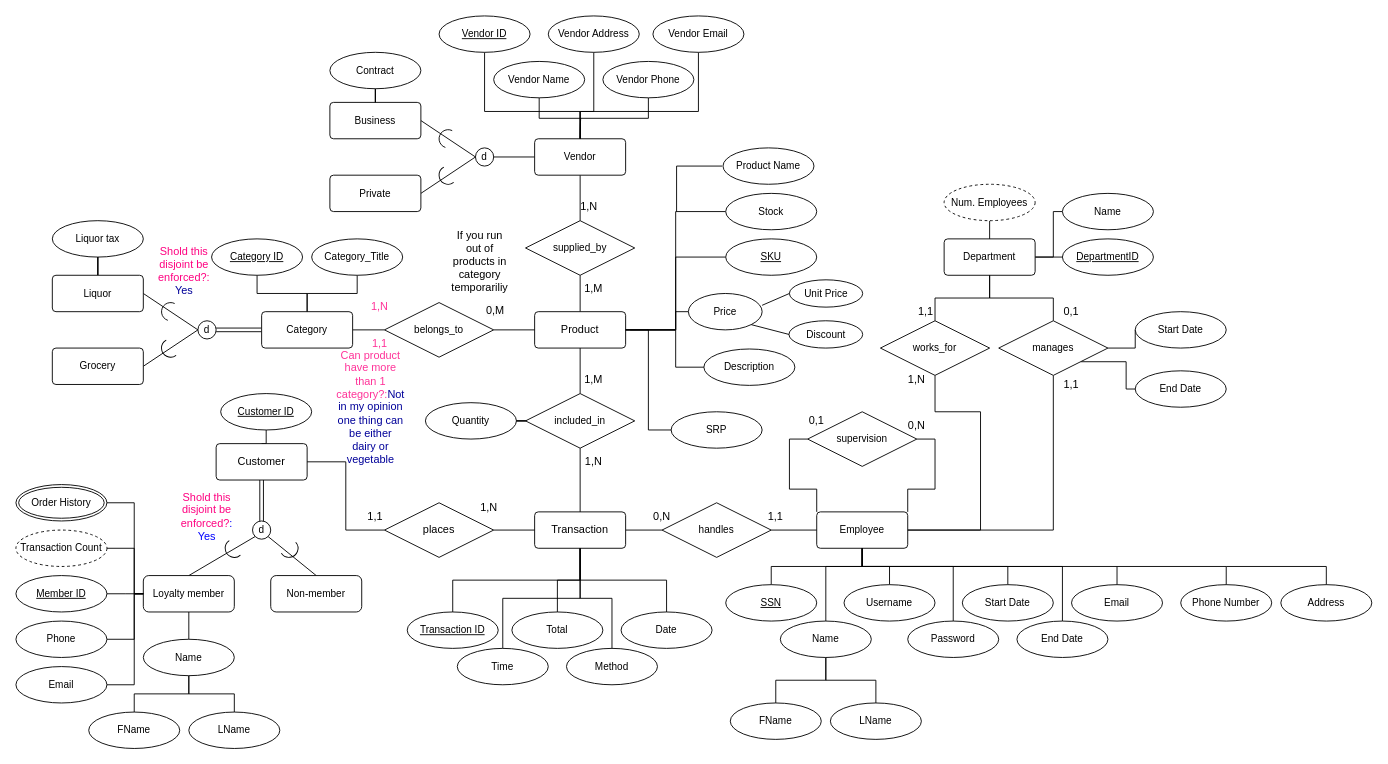
This is Scotts_Bar_2_ERD.drawio from vincentgruse/ScottsBar2, a draw.io file, before an edit. Source tidied: cells renumbered, new cells numbered last; positions are measured from the earlier drawing's top-left corner, leaving out a move shared by most shapes. Both pictures are drawn from the tidied source at 91%, with x=0, y=0 at pixel (15, 15).
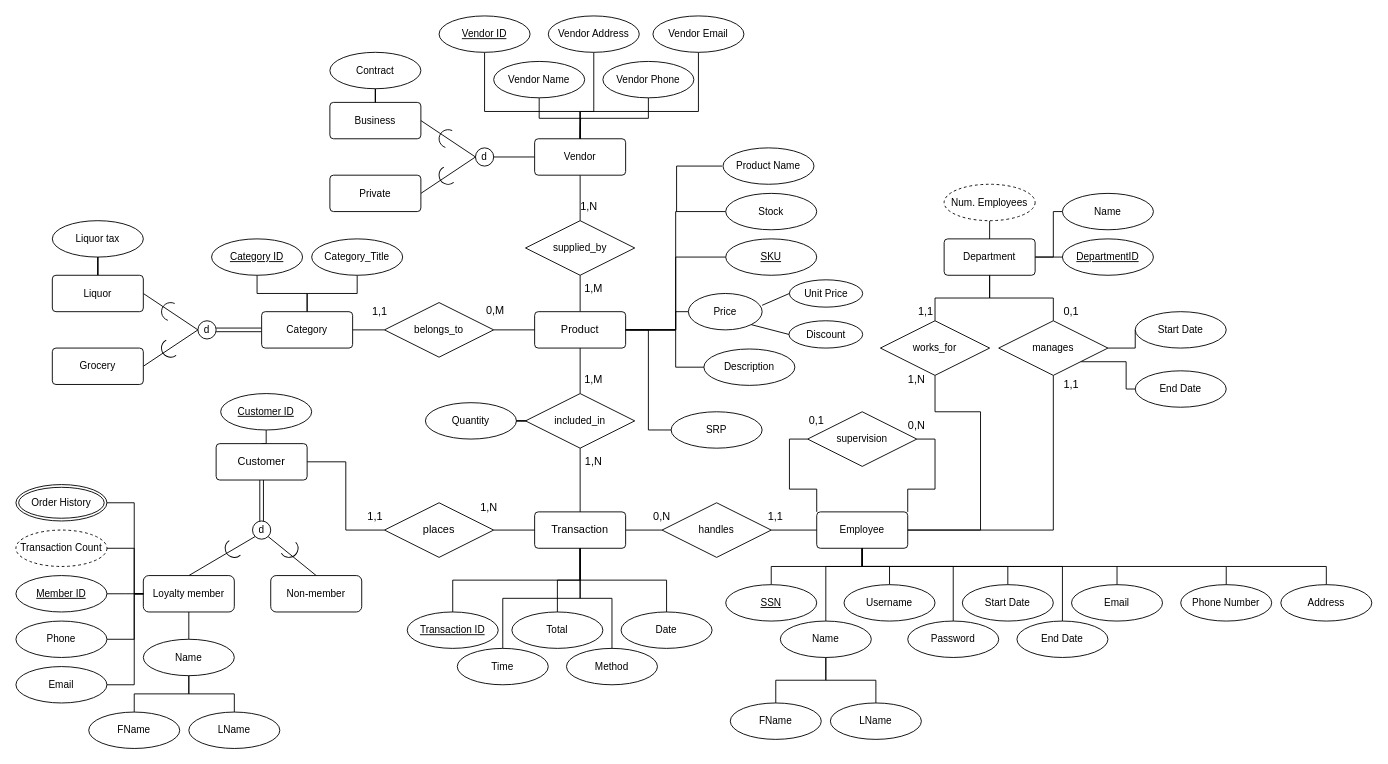
The same diagram, later.

Change to the diagram source:
```diff
@@
-    <mxCell id="155" value="&lt;font color=&quot;#ff3399&quot; style=&quot;font-size: 12px;&quot;&gt;1,1&lt;/font&gt;" style="text;strokeColor=none;align=center;fillColor=none;html=1;verticalAlign=middle;whiteSpace=wrap;rounded=0;" parent="1" vertex="1">
-      <mxGeometry x="370" y="345" width="60" height="30" as="geometry" />
+    <mxCell id="155" value="&lt;font style=&quot;font-size: 12px;&quot;&gt;1,1&lt;/font&gt;" style="text;strokeColor=none;align=center;fillColor=none;html=1;verticalAlign=middle;whiteSpace=wrap;rounded=0;" parent="1" vertex="1">
+      <mxGeometry x="370" y="310" width="60" height="30" as="geometry" />
     </mxCell>
@@
-    <mxCell id="157" value="&lt;font style=&quot;font-size: 12px;&quot; color=&quot;#ff3399&quot;&gt;1,N&lt;/font&gt;" style="text;strokeColor=none;align=center;fillColor=none;html=1;verticalAlign=middle;whiteSpace=wrap;rounded=0;" parent="1" vertex="1">
-      <mxGeometry x="370" y="305" width="60" height="30" as="geometry" />
-    </mxCell>
-    <mxCell id="158" value="&lt;font color=&quot;#ff3399&quot;&gt;Can product have more than 1 category?:&lt;/font&gt;&lt;font color=&quot;#000099&quot;&gt;Not in my opinion one thing can be either dairy or vegetable&lt;/font&gt;" style="text;strokeColor=none;align=center;fillColor=none;html=1;verticalAlign=middle;whiteSpace=wrap;rounded=0;" parent="1" vertex="1">
-      <mxGeometry x="360" y="415" width="60" height="30" as="geometry" />
-    </mxCell>
@@
-    <mxCell id="160" value="If you run out of products in category temporariliy" style="text;strokeColor=none;align=center;fillColor=none;html=1;verticalAlign=middle;whiteSpace=wrap;rounded=0;" parent="1" vertex="1">
-      <mxGeometry x="480" y="255" width="60" height="30" as="geometry" />
-    </mxCell>
-    <mxCell id="161" value="&lt;font color=&quot;#ff0080&quot;&gt;Shold this disjoint be enforced?: &lt;/font&gt;&lt;font color=&quot;#000099&quot;&gt;Yes&lt;/font&gt;" style="text;strokeColor=none;align=center;fillColor=none;html=1;verticalAlign=middle;whiteSpace=wrap;rounded=0;" parent="1" vertex="1">
-      <mxGeometry x="155" y="265" width="60" height="30" as="geometry" />
-    </mxCell>
-    <mxCell id="162" value="&lt;font color=&quot;#ff0080&quot;&gt;Shold this disjoint be enforced?&lt;/font&gt;&lt;font color=&quot;#0000ff&quot;&gt;: Yes&lt;/font&gt;" style="text;strokeColor=none;align=center;fillColor=none;html=1;verticalAlign=middle;whiteSpace=wrap;rounded=0;" parent="1" vertex="1">
-      <mxGeometry x="180" y="535" width="60" height="30" as="geometry" />
-    </mxCell>
```
